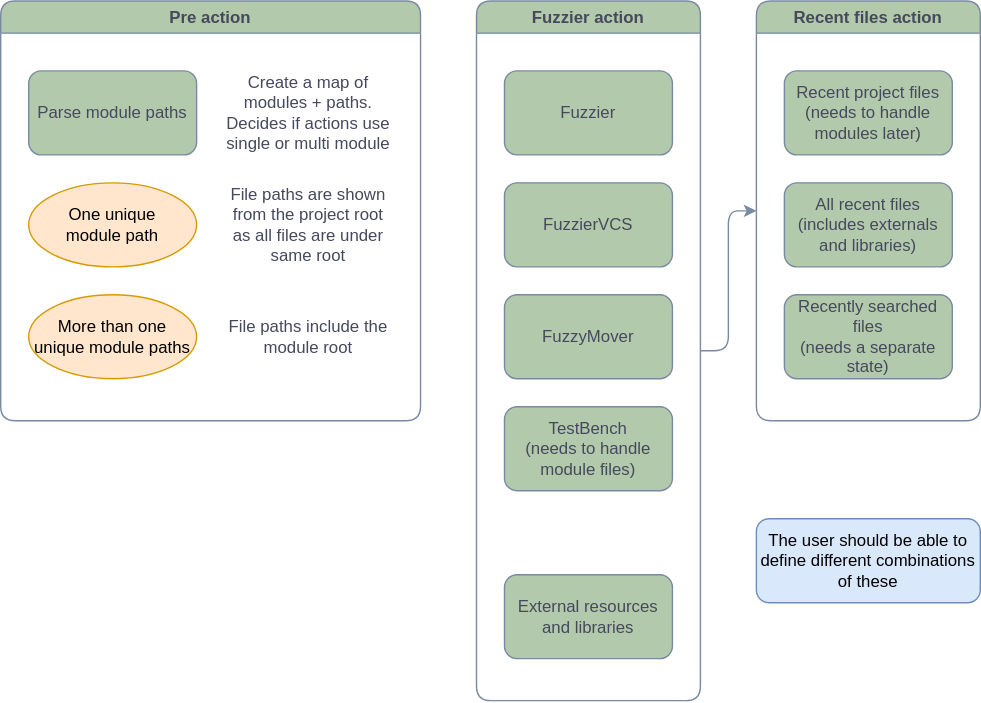
This is assets/FuzzierSearchPlanning.drawio.svg from MituuZ/fuzzier, a draw.io export, as it was before one commit. Source tidied: cells renumbered, new cells last; positions are measured from the earlier drawing's top-left corner, leaving out a move shared by most shapes.
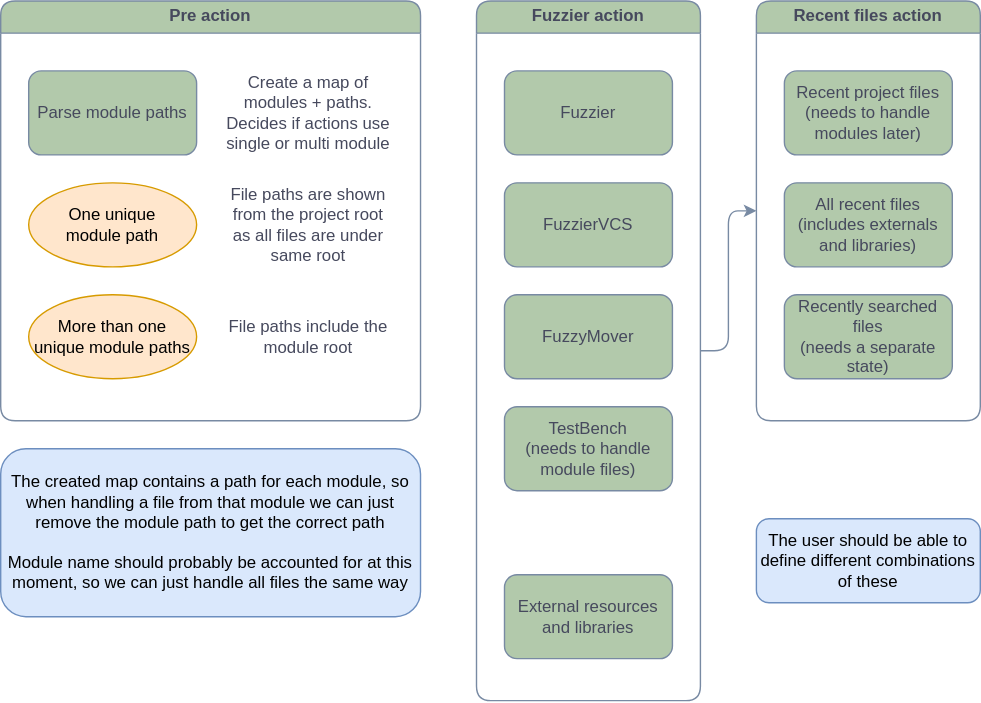
Above is the later version.

Diff of the diagram source:
```diff
@@ -59,5 +59,8 @@
     <mxCell id="20" value="File paths include the module root" style="text;html=1;align=center;verticalAlign=middle;whiteSpace=wrap;rounded=1;fontColor=#46495D;" parent="14" vertex="1">
       <mxGeometry x="160" y="210" width="120" height="60" as="geometry" />
     </mxCell>
+    <mxCell id="21" value="&lt;div&gt;The created map contains a path for each module, so when handling a file from that module we can just remove the module path to get the correct path&lt;/div&gt;&lt;div&gt;&lt;br&gt;&lt;/div&gt;&lt;div&gt;Module name should probably be accounted for at this moment, so we can just handle all files the same way&lt;br&gt;&lt;/div&gt;" style="text;html=1;align=center;verticalAlign=middle;whiteSpace=wrap;rounded=1;fillColor=#dae8fc;strokeColor=#6c8ebf;labelBackgroundColor=none;" parent="1" vertex="1">
+      <mxGeometry y="320" width="300" height="120" as="geometry" />
+    </mxCell>
   </root>
 </mxGraphModel>
```
